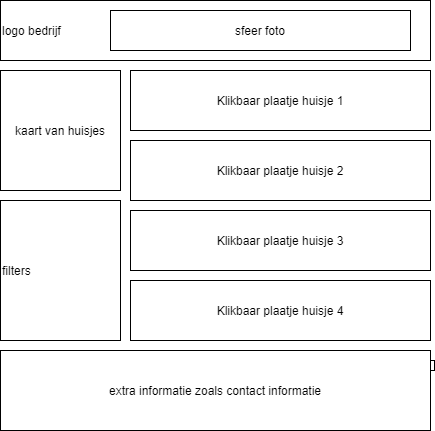
Earlier version of the draw.io export 01-Challenge/Taak02-Ontwerpen/student-wireframe.drawio.png (pascalcreator/Challenge-BNB). Source tidied: cells renumbered, new cells last; positions are measured from the earlier drawing's top-left corner, leaving out a move shared by most shapes.
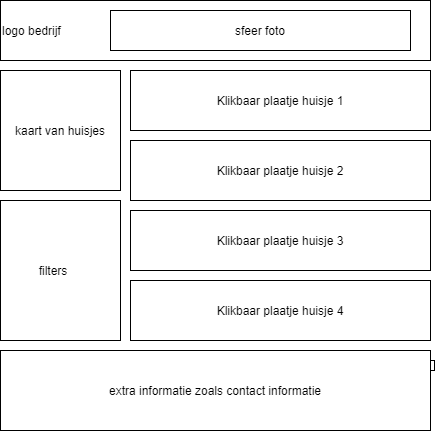
Above is the later version.

What changed in the source:
```diff
@@ -20,7 +20,7 @@
     <mxCell id="7" value="Klikbaar plaatje huisje 2" style="whiteSpace=wrap;html=1;" parent="1" vertex="1">
       <mxGeometry x="130" y="140" width="300" height="60" as="geometry" />
     </mxCell>
-    <mxCell id="8" value="filters" style="whiteSpace=wrap;html=1;align=left;" parent="1" vertex="1">
+    <mxCell id="8" value="&amp;nbsp; &amp;nbsp; &amp;nbsp; &amp;nbsp; &amp;nbsp; &amp;nbsp;filters" style="whiteSpace=wrap;html=1;align=left;" parent="1" vertex="1">
       <mxGeometry y="200" width="120" height="140" as="geometry" />
     </mxCell>
     <mxCell id="9" style="whiteSpace=wrap;html=1;strokeColor=#000000;" parent="1" vertex="1">
```
